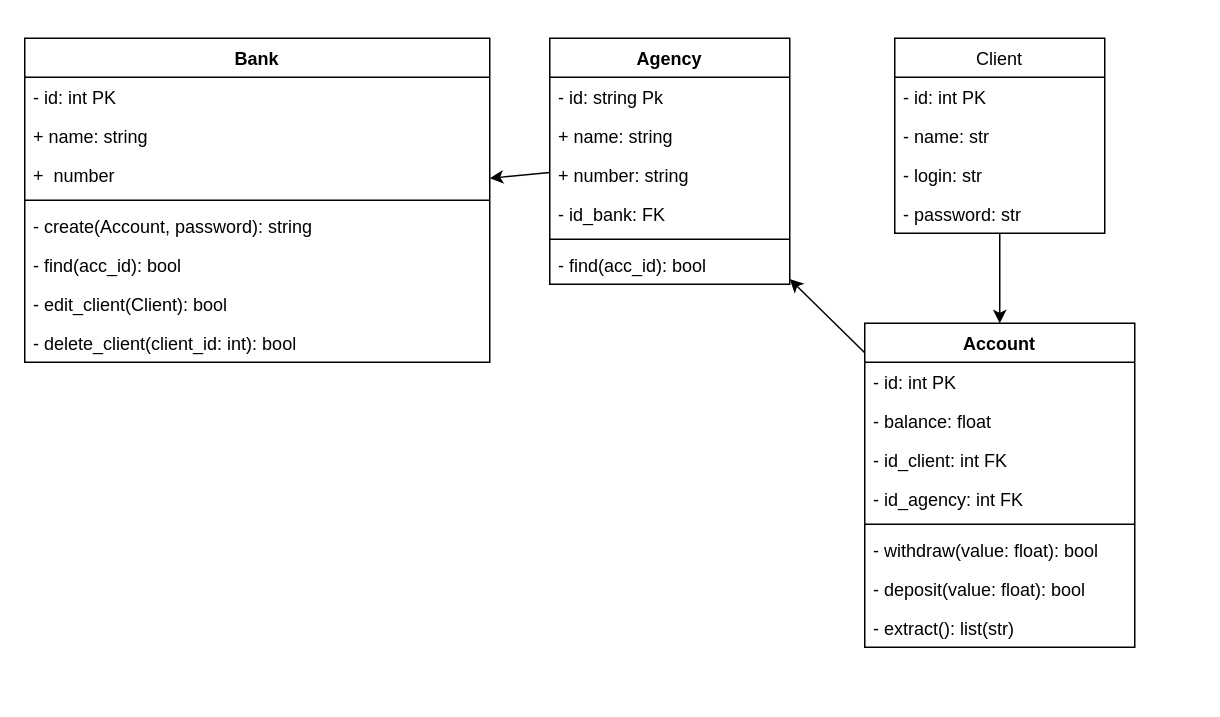
This is docs/class_diagram.drawio from mauriciobenjamin700/Banco-Python-Dio, a draw.io file, before an edit. Source tidied: cells renumbered, new cells numbered last; positions are measured from the earlier drawing's top-left corner, leaving out a move shared by most shapes. Both pictures are drawn from the tidied source at 150%, with x=0, y=0 at pixel (24, 38).
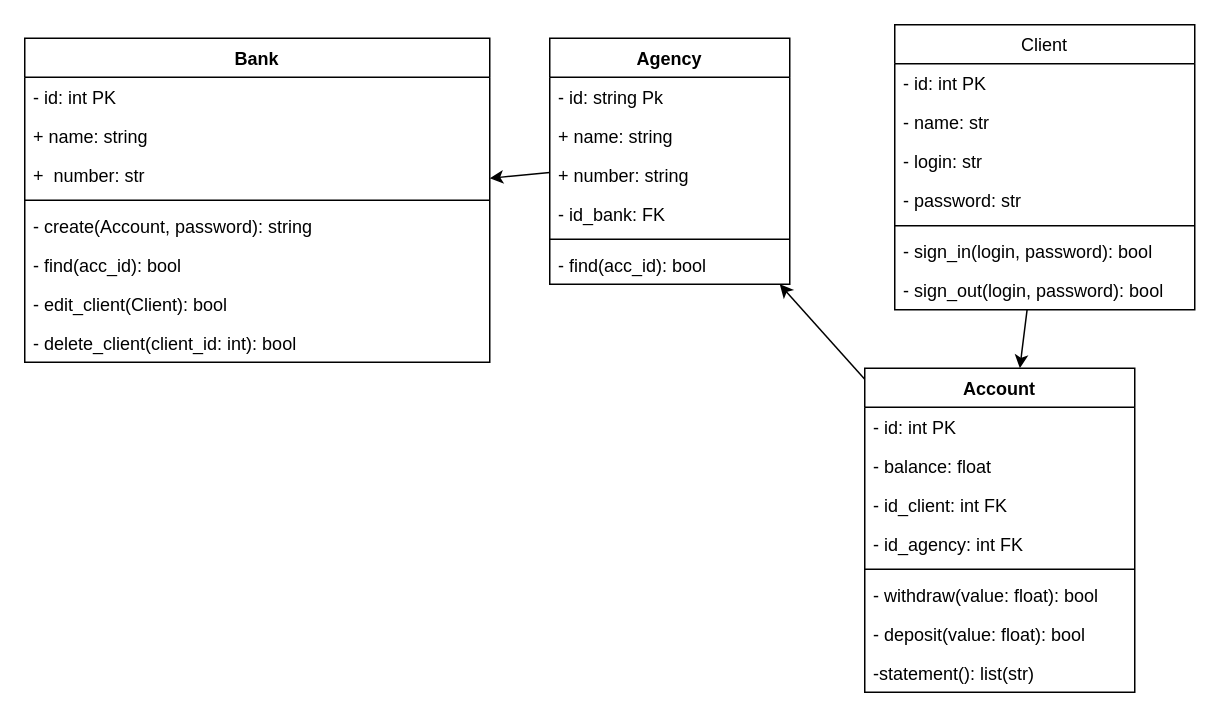
Above is the later version.

The change refers to these unchanged cells:
```xml
<mxCell id="18" value="Bank" style="swimlane;fontStyle=1;align=center;verticalAlign=top;horizontal=1;startSize=26;" parent="1" vertex="1">
  <mxGeometry width="310" height="216" as="geometry" />
</mxCell>
```

Change to the diagram source:
```diff
@@
     <mxCell id="3" value="Client" style="swimlane;fontStyle=0;horizontal=1;startSize=26;fillColor=none;" parent="1" vertex="1">
-      <mxGeometry x="580" width="140" height="130" as="geometry" />
+      <mxGeometry x="580" y="-9" width="200" height="190" as="geometry" />
     </mxCell>
     <mxCell id="4" value="- id: int PK" style="text;strokeColor=none;fillColor=none;align=left;verticalAlign=top;spacingLeft=4;spacingRight=4;overflow=hidden;" parent="3" vertex="1">
-      <mxGeometry y="26" width="140" height="26" as="geometry" />
+      <mxGeometry y="26" width="200" height="26" as="geometry" />
     </mxCell>
     <mxCell id="5" value="- name: str" style="text;strokeColor=none;fillColor=none;align=left;verticalAlign=top;spacingLeft=4;spacingRight=4;overflow=hidden;" parent="3" vertex="1">
-      <mxGeometry y="52" width="140" height="26" as="geometry" />
+      <mxGeometry y="52" width="200" height="26" as="geometry" />
     </mxCell>
     <mxCell id="6" value="- login: str" style="text;strokeColor=none;fillColor=none;align=left;verticalAlign=top;spacingLeft=4;spacingRight=4;overflow=hidden;" parent="3" vertex="1">
-      <mxGeometry y="78" width="140" height="26" as="geometry" />
+      <mxGeometry y="78" width="200" height="26" as="geometry" />
     </mxCell>
     <mxCell id="7" value="- password: str" style="text;strokeColor=none;fillColor=none;align=left;verticalAlign=top;spacingLeft=4;spacingRight=4;overflow=hidden;" parent="3" vertex="1">
-      <mxGeometry y="104" width="140" height="26" as="geometry" />
+      <mxGeometry y="104" width="200" height="26" as="geometry" />
     </mxCell>
+    <mxCell id="35" style="line;strokeWidth=1;fillColor=none;align=left;verticalAlign=middle;spacingTop=-1;spacingLeft=3;spacingRight=3;labelPosition=right;strokeColor=inherit;" parent="3" vertex="1">
+      <mxGeometry y="130" width="200" height="8" as="geometry" />
+    </mxCell>
+    <mxCell id="36" value="- sign_in(login, password): bool" style="text;strokeColor=none;fillColor=none;align=left;verticalAlign=top;spacingLeft=4;spacingRight=4;overflow=hidden;" parent="3" vertex="1">
+      <mxGeometry y="138" width="200" height="26" as="geometry" />
+    </mxCell>
+    <mxCell id="37" value="- sign_out(login, password): bool" style="text;strokeColor=none;fillColor=none;align=left;verticalAlign=top;spacingLeft=4;spacingRight=4;overflow=hidden;" parent="3" vertex="1">
+      <mxGeometry y="164" width="200" height="26" as="geometry" />
+    </mxCell>
@@
     <mxCell id="9" value="Account" style="swimlane;fontStyle=1;align=center;verticalAlign=top;horizontal=1;startSize=26;" parent="1" vertex="1">
-      <mxGeometry x="560" y="190" width="180" height="216" as="geometry" />
+      <mxGeometry x="560" y="220" width="180" height="216" as="geometry" />
     </mxCell>
@@
-    <mxCell id="17" value="- extract(): list(str)" style="text;strokeColor=none;fillColor=none;align=left;verticalAlign=top;spacingLeft=4;spacingRight=4;overflow=hidden;" parent="9" vertex="1">
+    <mxCell id="17" value="-statement(): list(str)" style="text;strokeColor=none;fillColor=none;align=left;verticalAlign=top;spacingLeft=4;spacingRight=4;overflow=hidden;" parent="9" vertex="1">
       <mxGeometry y="190" width="180" height="26" as="geometry" />
     </mxCell>
@@
-    <mxCell id="21" value="+  number" style="text;strokeColor=none;fillColor=none;align=left;verticalAlign=top;spacingLeft=4;spacingRight=4;overflow=hidden;" parent="18" vertex="1">
+    <mxCell id="21" value="+  number: str" style="text;strokeColor=none;fillColor=none;align=left;verticalAlign=top;spacingLeft=4;spacingRight=4;overflow=hidden;" parent="18" vertex="1">
       <mxGeometry y="78" width="310" height="26" as="geometry" />
     </mxCell>
```
